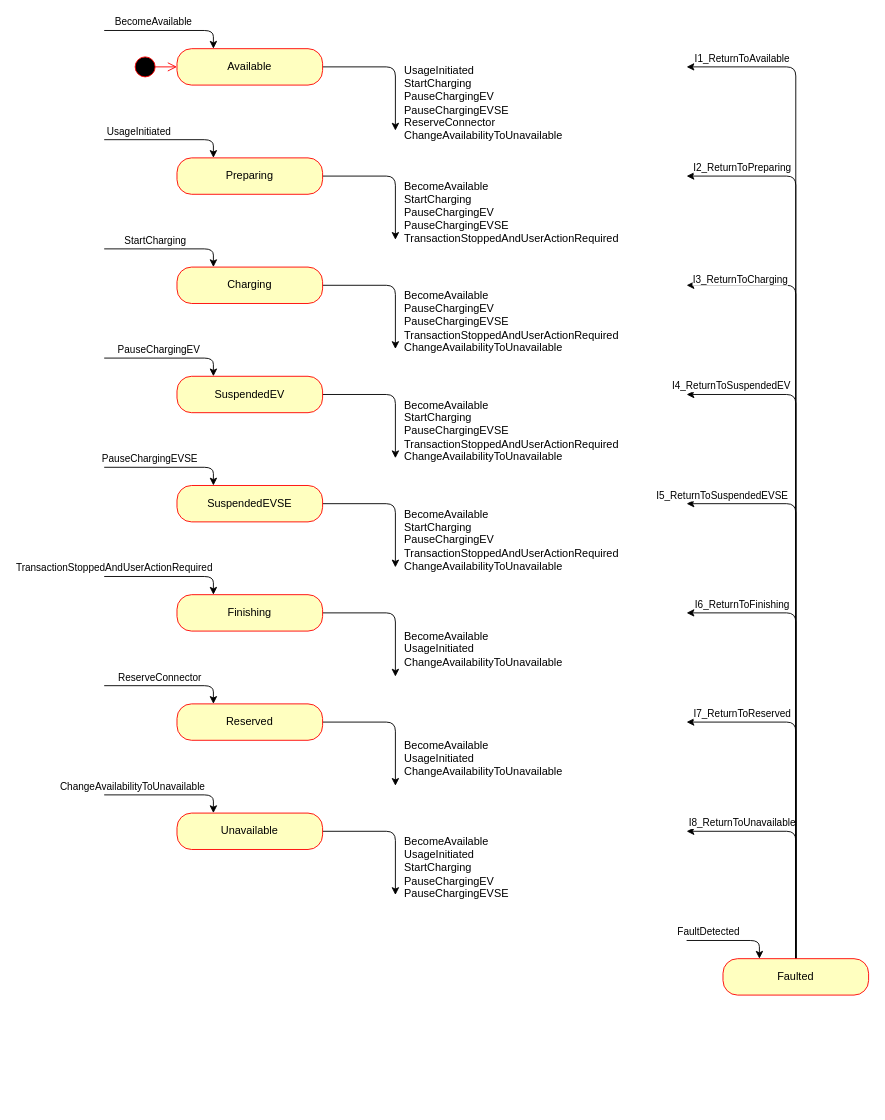
The draw.io diagram doc/state_chart_1_6.drawio in EVerest/libocpp, before the edit. Source tidied: cells renumbered, new cells numbered last; positions are measured from the earlier drawing's top-left corner, leaving out a move shared by most shapes. Both pictures are drawn from the tidied source at 91%, with x=0, y=0 at pixel (104, 30).
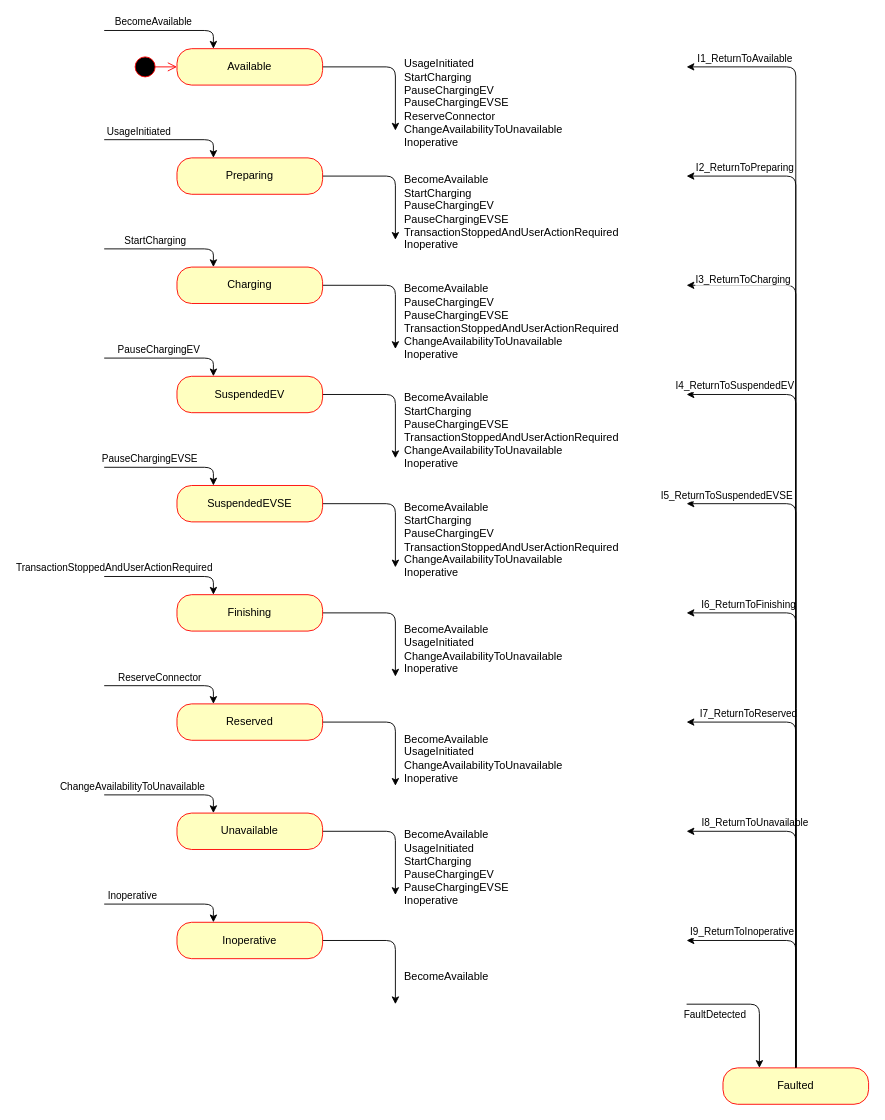
Above is the later version.

Commit message (it also covers changes not shown here):
fix: separate unavailable from inoperative

What changed in the source:
```diff
@@
     <mxCell id="2" style="edgeStyle=none;html=1;entryX=0.25;entryY=0;entryDx=0;entryDy=0;" parent="1" edge="1" target="38">
       <mxGeometry relative="1" as="geometry">
-        <mxPoint x="640" y="1000" as="sourcePoint" />
+        <mxPoint x="640" y="1070" as="sourcePoint" />
         <Array as="points">
-          <mxPoint x="720" y="1000" />
+          <mxPoint x="720" y="1070" />
         </Array>
       </mxGeometry>
     </mxCell>
     <mxCell id="3" value="FaultDetected" style="edgeLabel;html=1;align=center;verticalAlign=middle;" parent="2" vertex="1">
       <mxGeometry x="0.54" relative="1" as="geometry">
-        <mxPoint x="-54" y="-10" as="offset" />
+        <mxPoint x="-50" y="-25" as="offset" />
       </mxGeometry>
     </mxCell>
@@
     <mxCell id="38" value="Faulted" style="rounded=1;whiteSpace=wrap;html=1;arcSize=40;fontColor=#000000;fillColor=#ffffc0;strokeColor=#ff0000;" parent="1" vertex="1">
-      <mxGeometry x="680" y="1020" width="160" height="40" as="geometry" />
+      <mxGeometry x="680" y="1140" width="160" height="40" as="geometry" />
     </mxCell>
@@
-    <mxCell id="55" value="UsageInitiated&lt;br&gt;StartCharging&lt;br&gt;PauseChargingEV&lt;br&gt;PauseChargingEVSE&lt;br&gt;ReserveConnector&lt;br&gt;ChangeAvailabilityToUnavailable" style="text;html=1;strokeColor=none;fillColor=none;align=left;verticalAlign=middle;whiteSpace=wrap;rounded=0;spacingLeft=8;" parent="1" vertex="1">
+    <mxCell id="55" value="UsageInitiated&lt;br&gt;StartCharging&lt;br&gt;PauseChargingEV&lt;br&gt;PauseChargingEVSE&lt;br&gt;ReserveConnector&lt;br&gt;&lt;div&gt;ChangeAvailabilityToUnavailable&lt;/div&gt;&lt;div&gt;Inoperative&lt;/div&gt;" style="text;html=1;strokeColor=none;fillColor=none;align=left;verticalAlign=middle;whiteSpace=wrap;rounded=0;spacingLeft=8;" parent="1" vertex="1">
       <mxGeometry x="320" y="20" width="240" height="120" as="geometry" />
     </mxCell>
-    <mxCell id="56" value="BecomeAvailable&lt;br&gt;StartCharging&lt;br&gt;PauseChargingEV&lt;br&gt;PauseChargingEVSE&lt;br&gt;TransactionStoppedAndUserActionRequired" style="text;html=1;strokeColor=none;fillColor=none;align=left;verticalAlign=middle;whiteSpace=wrap;rounded=0;spacingLeft=8;" parent="1" vertex="1">
+    <mxCell id="56" value="BecomeAvailable&lt;br&gt;StartCharging&lt;br&gt;PauseChargingEV&lt;br&gt;PauseChargingEVSE&lt;br&gt;&lt;div&gt;TransactionStoppedAndUserActionRequired&lt;/div&gt;&lt;div&gt;Inoperative&lt;/div&gt;" style="text;html=1;strokeColor=none;fillColor=none;align=left;verticalAlign=middle;whiteSpace=wrap;rounded=0;spacingLeft=8;" parent="1" vertex="1">
       <mxGeometry x="320" y="140" width="240" height="120" as="geometry" />
     </mxCell>
-    <mxCell id="57" value="BecomeAvailable&lt;br&gt;PauseChargingEV&lt;br&gt;PauseChargingEVSE&lt;br&gt;TransactionStoppedAndUserActionRequired&lt;br&gt;ChangeAvailabilityToUnavailable" style="text;html=1;strokeColor=none;fillColor=none;align=left;verticalAlign=middle;whiteSpace=wrap;rounded=0;spacingLeft=8;" parent="1" vertex="1">
+    <mxCell id="57" value="BecomeAvailable&lt;br&gt;PauseChargingEV&lt;br&gt;PauseChargingEVSE&lt;br&gt;TransactionStoppedAndUserActionRequired&lt;br&gt;&lt;div&gt;ChangeAvailabilityToUnavailable&lt;/div&gt;&lt;div&gt;Inoperative&lt;/div&gt;" style="text;html=1;strokeColor=none;fillColor=none;align=left;verticalAlign=middle;whiteSpace=wrap;rounded=0;spacingLeft=8;" parent="1" vertex="1">
       <mxGeometry x="320" y="260" width="240" height="120" as="geometry" />
     </mxCell>
-    <mxCell id="58" value="BecomeAvailable&lt;br&gt;StartCharging&lt;br&gt;PauseChargingEVSE&lt;br&gt;TransactionStoppedAndUserActionRequired&lt;br&gt;ChangeAvailabilityToUnavailable" style="text;html=1;strokeColor=none;fillColor=none;align=left;verticalAlign=middle;whiteSpace=wrap;rounded=0;spacingLeft=8;" parent="1" vertex="1">
+    <mxCell id="58" value="BecomeAvailable&lt;br&gt;StartCharging&lt;br&gt;PauseChargingEVSE&lt;br&gt;TransactionStoppedAndUserActionRequired&lt;br&gt;&lt;div&gt;ChangeAvailabilityToUnavailable&lt;br&gt;&lt;/div&gt;&lt;div&gt;Inoperative&lt;/div&gt;" style="text;html=1;strokeColor=none;fillColor=none;align=left;verticalAlign=middle;whiteSpace=wrap;rounded=0;spacingLeft=8;" parent="1" vertex="1">
       <mxGeometry x="320" y="380" width="240" height="120" as="geometry" />
     </mxCell>
-    <mxCell id="59" value="BecomeAvailable&lt;br&gt;StartCharging&lt;br&gt;PauseChargingEV&lt;br&gt;TransactionStoppedAndUserActionRequired&lt;br&gt;ChangeAvailabilityToUnavailable" style="text;html=1;strokeColor=none;fillColor=none;align=left;verticalAlign=middle;whiteSpace=wrap;rounded=0;spacingLeft=8;" parent="1" vertex="1">
+    <mxCell id="59" value="BecomeAvailable&lt;br&gt;StartCharging&lt;br&gt;PauseChargingEV&lt;br&gt;TransactionStoppedAndUserActionRequired&lt;br&gt;&lt;div&gt;ChangeAvailabilityToUnavailable&lt;/div&gt;&lt;div&gt;Inoperative&lt;/div&gt;" style="text;html=1;strokeColor=none;fillColor=none;align=left;verticalAlign=middle;whiteSpace=wrap;rounded=0;spacingLeft=8;" parent="1" vertex="1">
       <mxGeometry x="320" y="500" width="260" height="120" as="geometry" />
     </mxCell>
-    <mxCell id="60" value="BecomeAvailable&lt;br&gt;UsageInitiated&lt;br&gt;ChangeAvailabilityToUnavailable" style="text;html=1;strokeColor=none;fillColor=none;align=left;verticalAlign=middle;whiteSpace=wrap;rounded=0;spacingLeft=8;" parent="1" vertex="1">
+    <mxCell id="60" value="BecomeAvailable&lt;br&gt;UsageInitiated&lt;br&gt;&lt;div&gt;ChangeAvailabilityToUnavailable&lt;br&gt;&lt;/div&gt;&lt;div&gt;Inoperative&lt;/div&gt;" style="text;html=1;strokeColor=none;fillColor=none;align=left;verticalAlign=middle;whiteSpace=wrap;rounded=0;spacingLeft=8;" parent="1" vertex="1">
       <mxGeometry x="320" y="620" width="260" height="120" as="geometry" />
     </mxCell>
-    <mxCell id="61" value="BecomeAvailable&lt;br&gt;UsageInitiated&lt;br&gt;ChangeAvailabilityToUnavailable" style="text;html=1;strokeColor=none;fillColor=none;align=left;verticalAlign=middle;whiteSpace=wrap;rounded=0;spacingLeft=8;" parent="1" vertex="1">
+    <mxCell id="61" value="BecomeAvailable&lt;br&gt;UsageInitiated&lt;br&gt;&lt;div&gt;ChangeAvailabilityToUnavailable&lt;/div&gt;&lt;div&gt;Inoperative&lt;/div&gt;" style="text;html=1;strokeColor=none;fillColor=none;align=left;verticalAlign=middle;whiteSpace=wrap;rounded=0;spacingLeft=8;" parent="1" vertex="1">
       <mxGeometry x="320" y="740" width="260" height="120" as="geometry" />
     </mxCell>
-    <mxCell id="62" value="BecomeAvailable&lt;br&gt;UsageInitiated&lt;br&gt;StartCharging&lt;br&gt;PauseChargingEV&lt;br&gt;PauseChargingEVSE" style="text;html=1;strokeColor=none;fillColor=none;align=left;verticalAlign=middle;whiteSpace=wrap;rounded=0;spacingLeft=8;" parent="1" vertex="1">
+    <mxCell id="62" value="BecomeAvailable&lt;br&gt;UsageInitiated&lt;br&gt;StartCharging&lt;br&gt;PauseChargingEV&lt;br&gt;&lt;div&gt;PauseChargingEVSE&lt;/div&gt;Inoperative" style="text;html=1;strokeColor=none;fillColor=none;align=left;verticalAlign=middle;whiteSpace=wrap;rounded=0;spacingLeft=8;" parent="1" vertex="1">
       <mxGeometry x="320" y="860" width="240" height="120" as="geometry" />
     </mxCell>
+    <mxCell id="63" style="edgeStyle=none;html=1;exitX=1;exitY=0.5;exitDx=0;exitDy=0;entryX=0;entryY=0.75;entryDx=0;entryDy=0;strokeColor=#000000;" parent="1" edge="1" source="64" target="67">
+      <mxGeometry relative="1" as="geometry">
+        <Array as="points">
+          <mxPoint x="320" y="1000" />
+        </Array>
+      </mxGeometry>
+    </mxCell>
+    <mxCell id="64" value="Inoperative" style="rounded=1;whiteSpace=wrap;html=1;arcSize=40;fontColor=#000000;fillColor=#ffffc0;strokeColor=#ff0000;" parent="1" vertex="1">
+      <mxGeometry x="80" y="980" width="160" height="40" as="geometry" />
+    </mxCell>
+    <mxCell id="65" style="edgeStyle=none;html=1;entryX=0.25;entryY=0;entryDx=0;entryDy=0;strokeColor=#000000;" parent="1" edge="1" target="64">
+      <mxGeometry relative="1" as="geometry">
+        <mxPoint y="960" as="sourcePoint" />
+        <Array as="points">
+          <mxPoint x="120" y="960" />
+        </Array>
+      </mxGeometry>
+    </mxCell>
+    <mxCell id="66" value="Inoperative" style="edgeLabel;html=1;align=center;verticalAlign=middle;" parent="65" vertex="1">
+      <mxGeometry x="-0.14" y="7" relative="1" as="geometry">
+        <mxPoint x="-30" y="-3" as="offset" />
+      </mxGeometry>
+    </mxCell>
+    <mxCell id="67" value="BecomeAvailable" style="text;html=1;strokeColor=none;fillColor=none;align=left;verticalAlign=middle;whiteSpace=wrap;rounded=0;spacingLeft=8;" parent="1" vertex="1">
+      <mxGeometry x="320" y="980" width="240" height="120" as="geometry" />
+    </mxCell>
+    <mxCell id="68" style="edgeStyle=none;html=1;exitX=0.5;exitY=0;exitDx=0;exitDy=0;strokeColor=#000000;" parent="1" edge="1" source="38">
+      <mxGeometry relative="1" as="geometry">
+        <mxPoint x="640" y="1000" as="targetPoint" />
+        <Array as="points">
+          <mxPoint x="760" y="1000" />
+        </Array>
+      </mxGeometry>
+    </mxCell>
+    <mxCell id="69" value="I9_ReturnToInoperative" style="edgeLabel;html=1;align=center;verticalAlign=middle;" parent="68" vertex="1">
+      <mxGeometry x="0.77" y="-2" relative="1" as="geometry">
+        <mxPoint x="30" y="-8" as="offset" />
+      </mxGeometry>
+    </mxCell>
```
